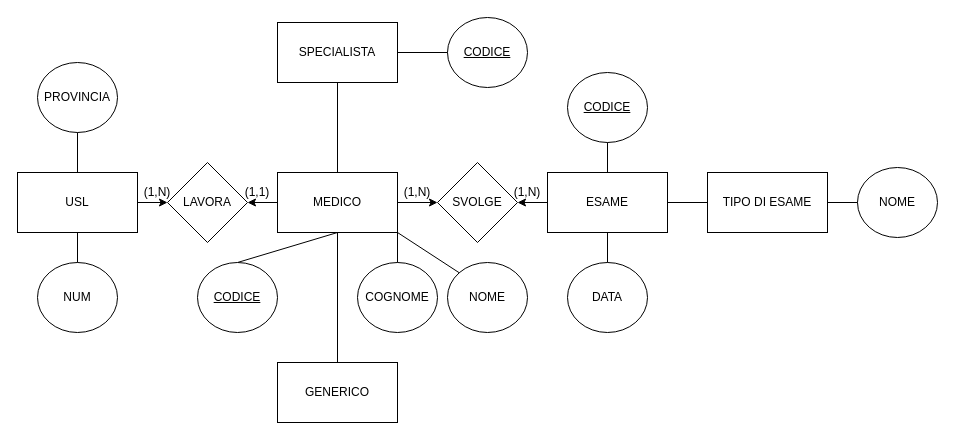
Earlier version of the draw.io diagram esamedatab.drawio (LilAnciel/Project). Source tidied: cells renumbered, new cells numbered last; positions are measured from the earlier drawing's top-left corner, leaving out a move shared by most shapes. Both pictures are drawn from the tidied source at 100%, with x=0, y=0 at pixel (17, 17).
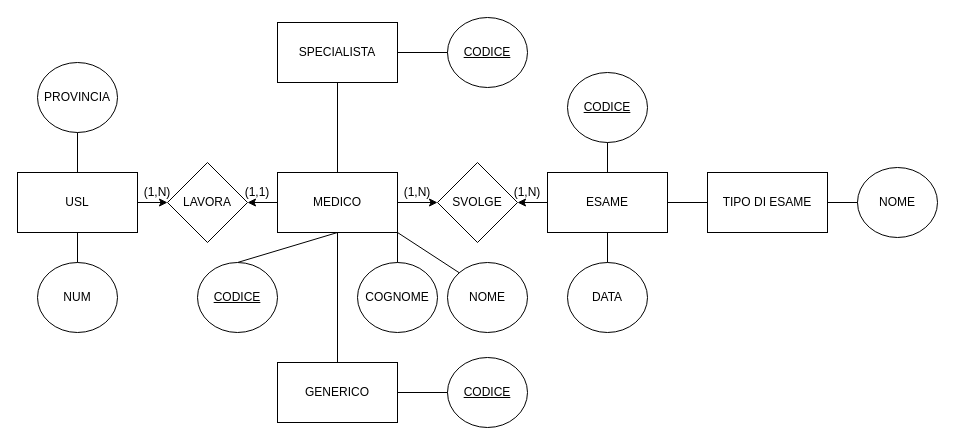
Above is the later version.

Unchanged cells that the change refers to:
```xml
<mxCell id="4" value="GENERICO" style="rounded=0;whiteSpace=wrap;html=1;fillColor=#ffffff;gradientColor=none;" parent="1" vertex="1">
  <mxGeometry x="260" y="345" width="120" height="60" as="geometry" />
</mxCell>
```

The edit, as a diff of the source:
```diff
@@
+    <mxCell id="39" value="&lt;u&gt;CODICE&lt;/u&gt;" style="ellipse;whiteSpace=wrap;html=1;fillColor=#ffffff;gradientColor=none;" parent="1" vertex="1">
+      <mxGeometry x="430" y="340" width="80" height="70" as="geometry" />
+    </mxCell>
+    <mxCell id="40" style="endArrow=none;html=1;exitX=1;exitY=0.5;exitDx=0;exitDy=0;entryX=0;entryY=0.5;entryDx=0;entryDy=0;" parent="1" edge="1" source="4" target="39">
+      <mxGeometry relative="1" as="geometry" />
+    </mxCell>
```
